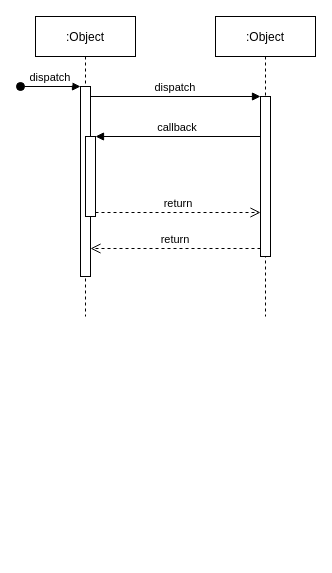
algodex/algodex-architecture keeps this draw.io diagram as diagrams/Untitled Diagram.drawio. Above is the earlier version. Source tidied: cells renumbered, new cells numbered last; positions are measured from the earlier drawing's top-left corner, leaving out a move shared by most shapes. Both pictures are drawn from the tidied source at 100%, with x=0, y=0 at pixel (20, 16).
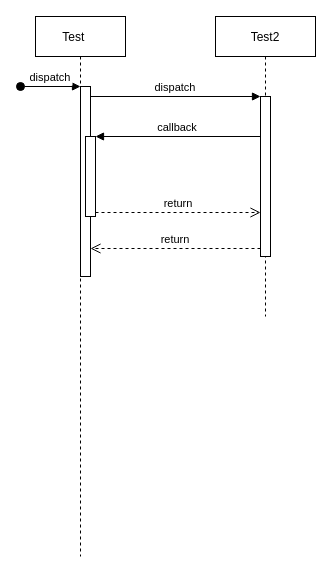
After the change.

What changed in the source:
```diff
@@
 <mxGraphModel>
   <root>
     <mxCell id="0" />
     <mxCell id="1" parent="0" />
-    <mxCell id="2" value=":Object" style="shape=umlLifeline;perimeter=lifelinePerimeter;rounded=0;shadow=0;strokeWidth=1;" parent="1" vertex="1">
-      <mxGeometry x="15" width="100" height="300" as="geometry" />
+    <mxCell id="2" value="Test    " style="shape=umlLifeline;perimeter=lifelinePerimeter;rounded=0;shadow=0;strokeWidth=1;" parent="1" vertex="1">
+      <mxGeometry x="15" width="90" height="540" as="geometry" />
     </mxCell>
     <mxCell id="3" style="points=[];perimeter=orthogonalPerimeter;rounded=0;shadow=0;strokeWidth=1;" parent="2" vertex="1">
       <mxGeometry x="45" y="70" width="10" height="190" as="geometry" />
     </mxCell>
     <mxCell id="4" value="dispatch" style="verticalAlign=bottom;startArrow=oval;endArrow=block;startSize=8;shadow=0;strokeWidth=1;" parent="2" edge="1" target="3">
       <mxGeometry relative="1" as="geometry">
         <mxPoint x="-15" y="70" as="sourcePoint" />
       </mxGeometry>
     </mxCell>
     <mxCell id="5" style="points=[];perimeter=orthogonalPerimeter;rounded=0;shadow=0;strokeWidth=1;" parent="2" vertex="1">
       <mxGeometry x="50" y="120" width="10" height="80" as="geometry" />
     </mxCell>
-    <mxCell id="6" value=":Object" style="shape=umlLifeline;perimeter=lifelinePerimeter;rounded=0;shadow=0;strokeWidth=1;" parent="1" vertex="1">
+    <mxCell id="6" value="Test2" style="shape=umlLifeline;perimeter=lifelinePerimeter;rounded=0;shadow=0;strokeWidth=1;" parent="1" vertex="1">
       <mxGeometry x="195" width="100" height="300" as="geometry" />
     </mxCell>
     <mxCell id="7" style="points=[];perimeter=orthogonalPerimeter;rounded=0;shadow=0;strokeWidth=1;" parent="6" vertex="1">
       <mxGeometry x="45" y="80" width="10" height="160" as="geometry" />
     </mxCell>
     <mxCell id="8" value="return" style="verticalAlign=bottom;endArrow=open;dashed=1;endSize=8;exitX=0;exitY=0.95;shadow=0;strokeWidth=1;" parent="1" edge="1" source="7" target="3">
       <mxGeometry relative="1" as="geometry" />
     </mxCell>
     <mxCell id="9" value="dispatch" style="verticalAlign=bottom;endArrow=block;entryX=0;entryY=0;shadow=0;strokeWidth=1;" parent="1" edge="1" source="3" target="7">
       <mxGeometry relative="1" as="geometry" />
     </mxCell>
     <mxCell id="10" value="callback" style="verticalAlign=bottom;endArrow=block;entryX=1;entryY=0;shadow=0;strokeWidth=1;" parent="1" edge="1" source="7" target="5">
       <mxGeometry relative="1" as="geometry" />
     </mxCell>
     <mxCell id="11" value="return" style="verticalAlign=bottom;endArrow=open;dashed=1;endSize=8;exitX=1;exitY=0.95;shadow=0;strokeWidth=1;" parent="1" edge="1" source="5" target="7">
       <mxGeometry relative="1" as="geometry" />
     </mxCell>
   </root>
 </mxGraphModel>
```
